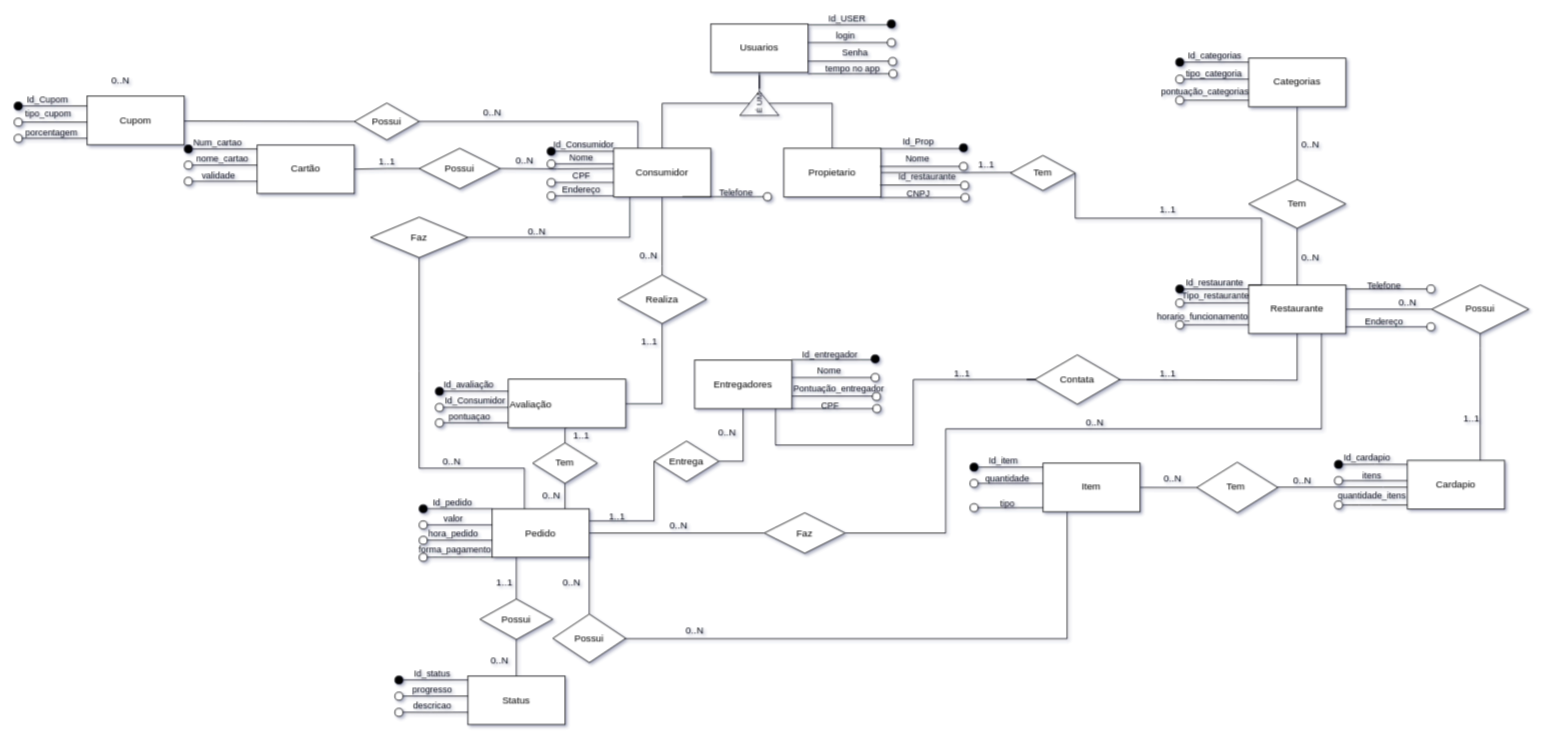
Before: ATIVIDADE AVALIATIVA 1.drawio in mariaeduaruda/BD-1-atividade, a draw.io diagram. Source tidied: cells renumbered, new cells numbered last; positions are measured from the earlier drawing's top-left corner, leaving out a move shared by most shapes. Both pictures are drawn from the tidied source at 81%, with x=0, y=0 at pixel (14, 19).
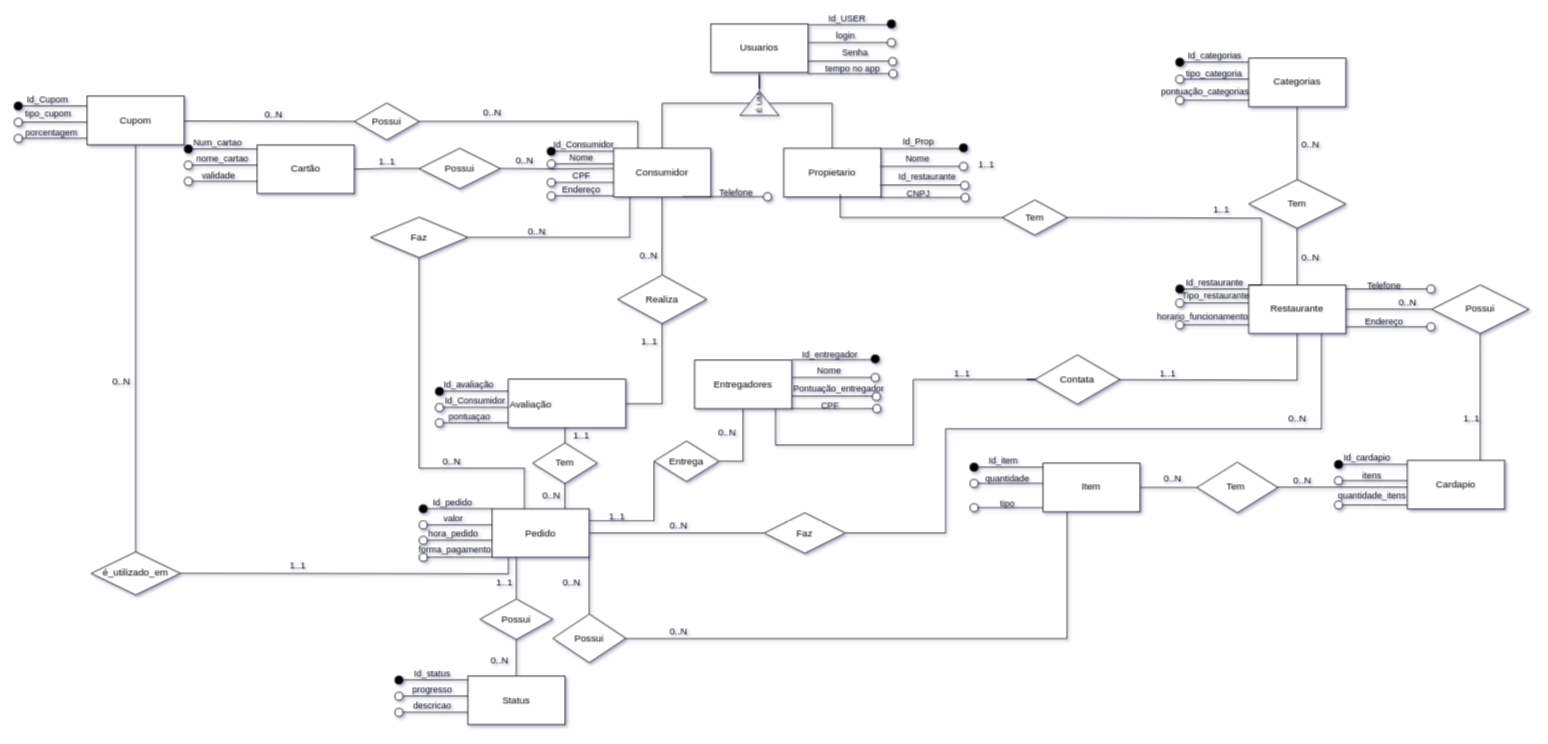
Above is the later version.

Unchanged cells that the change refers to:
```xml
<mxCell id="30" value="Pedido" style="rounded=0;whiteSpace=wrap;html=1;align=center;" parent="1" vertex="1">
  <mxGeometry x="590" y="604.6" width="120" height="60" as="geometry" />
</mxCell>
<mxCell id="83" value="Cupom" style="whiteSpace=wrap;html=1;rounded=0;" parent="1" vertex="1">
  <mxGeometry x="90" y="95.2" width="120" height="60" as="geometry" />
</mxCell>
<mxCell id="167" value="Propietario" style="whiteSpace=wrap;html=1;rounded=0;" parent="1" vertex="1">
  <mxGeometry x="950" y="159.6" width="120" height="60" as="geometry" />
</mxCell>
```

What changed in the source:
```diff
@@
+    <mxCell id="230" style="edgeStyle=orthogonalEdgeStyle;rounded=0;jettySize=auto;html=1;endArrow=none;endFill=0;" parent="1" edge="1" source="83" target="233">
+      <mxGeometry relative="1" as="geometry">
+        <Array as="points">
+          <mxPoint x="150" y="586" />
+          <mxPoint x="150" y="586" />
+        </Array>
+      </mxGeometry>
+    </mxCell>
@@
-    <mxCell id="166" style="edgeStyle=orthogonalEdgeStyle;rounded=0;jettySize=auto;html=1;exitX=1;exitY=0.5;exitDx=0;exitDy=0;endArrow=none;endFill=0;" parent="1" edge="1" source="167">
-      <mxGeometry relative="1" as="geometry">
-        <mxPoint x="1260" y="189.4" as="targetPoint" />
-      </mxGeometry>
-    </mxCell>
@@
+    <mxCell id="231" style="edgeStyle=orthogonalEdgeStyle;rounded=0;jettySize=auto;html=1;exitX=0;exitY=0.5;exitDx=0;exitDy=0;entryX=0.583;entryY=0.94;entryDx=0;entryDy=0;entryPerimeter=0;endArrow=none;endFill=0;" parent="1" edge="1" source="193" target="167">
+      <mxGeometry relative="1" as="geometry" />
+    </mxCell>
     <mxCell id="193" value="Tem" style="rhombus;whiteSpace=wrap;html=1;" parent="1" vertex="1">
-      <mxGeometry x="1230" y="168.4" width="80" height="43.4" as="geometry" />
+      <mxGeometry x="1220" y="223.4" width="80" height="43.4" as="geometry" />
     </mxCell>
@@
     <mxCell id="198" value="1..1" style="text;html=1;align=center;verticalAlign=middle;strokeColor=none;fillColor=none;" parent="1" vertex="1">
-      <mxGeometry x="1404" y="224.6" width="40" height="20" as="geometry" />
+      <mxGeometry x="1470" y="224.6" width="40" height="20" as="geometry" />
     </mxCell>
@@
     <mxCell id="203" value="0..N" style="text;html=1;align=center;verticalAlign=middle;strokeColor=none;fillColor=none;" parent="1" vertex="1">
-      <mxGeometry x="111" y="66" width="40" height="20" as="geometry" />
+      <mxGeometry x="300" y="108.3" width="40" height="20" as="geometry" />
     </mxCell>
@@
     <mxCell id="216" value="0..N" style="text;html=1;align=center;verticalAlign=middle;strokeColor=none;fillColor=none;" parent="1" vertex="1">
-      <mxGeometry x="820" y="744.6" width="40" height="20" as="geometry" />
+      <mxGeometry x="800" y="746" width="40" height="20" as="geometry" />
     </mxCell>
@@
     <mxCell id="229" value="0..N" style="text;html=1;align=center;verticalAlign=middle;strokeColor=none;fillColor=none;" parent="1" vertex="1">
-      <mxGeometry x="1314" y="487.6" width="40" height="20" as="geometry" />
+      <mxGeometry x="1564" y="483.6" width="40" height="20" as="geometry" />
     </mxCell>
+    <mxCell id="232" style="edgeStyle=orthogonalEdgeStyle;rounded=0;jettySize=auto;html=1;exitX=1;exitY=0.5;exitDx=0;exitDy=0;entryX=0.168;entryY=1.004;entryDx=0;entryDy=0;entryPerimeter=0;endArrow=none;endFill=0;" parent="1" edge="1" source="233" target="30">
+      <mxGeometry relative="1" as="geometry">
+        <Array as="points">
+          <mxPoint x="220" y="685" />
+          <mxPoint x="610" y="685" />
+        </Array>
+      </mxGeometry>
+    </mxCell>
+    <mxCell id="233" value="é_utilizado_em" style="rhombus;whiteSpace=wrap;html=1;rounded=0;" parent="1" vertex="1">
+      <mxGeometry x="95" y="657.8" width="110" height="53.2" as="geometry" />
+    </mxCell>
+    <mxCell id="234" value="0..N" style="text;html=1;align=center;verticalAlign=middle;strokeColor=none;fillColor=none;" parent="1" vertex="1">
+      <mxGeometry x="112" y="437.6" width="40" height="20" as="geometry" />
+    </mxCell>
+    <mxCell id="235" value="1..1" style="text;html=1;align=center;verticalAlign=middle;strokeColor=none;fillColor=none;" parent="1" vertex="1">
+      <mxGeometry x="330" y="664.6" width="40" height="20" as="geometry" />
+    </mxCell>
```
